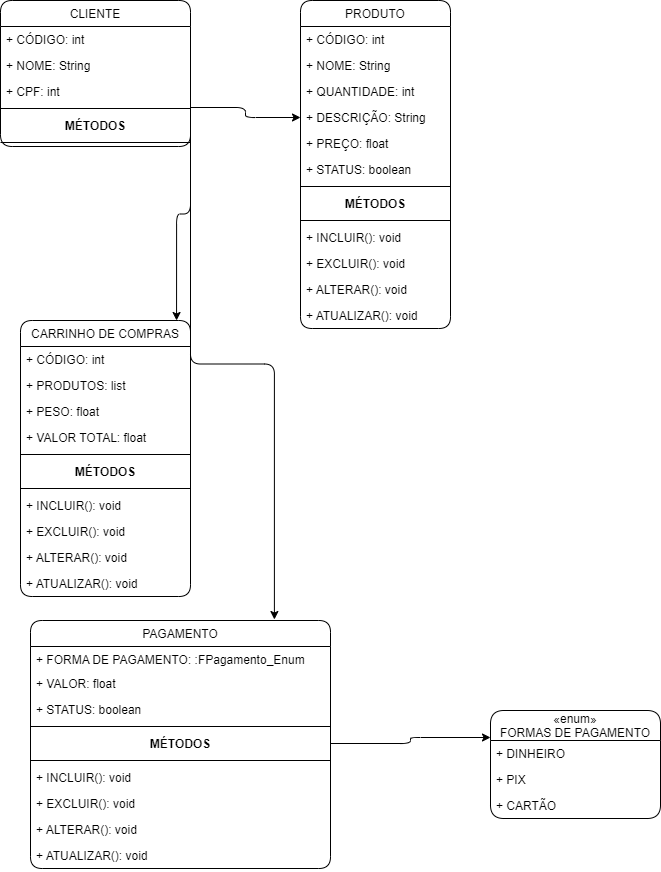
Earlier version of the draw.io export Untitled Diagram.drawio.png (joao100101/Engenharia-De-Software). Source tidied: cells renumbered, new cells last; positions are measured from the earlier drawing's top-left corner, leaving out a move shared by most shapes.
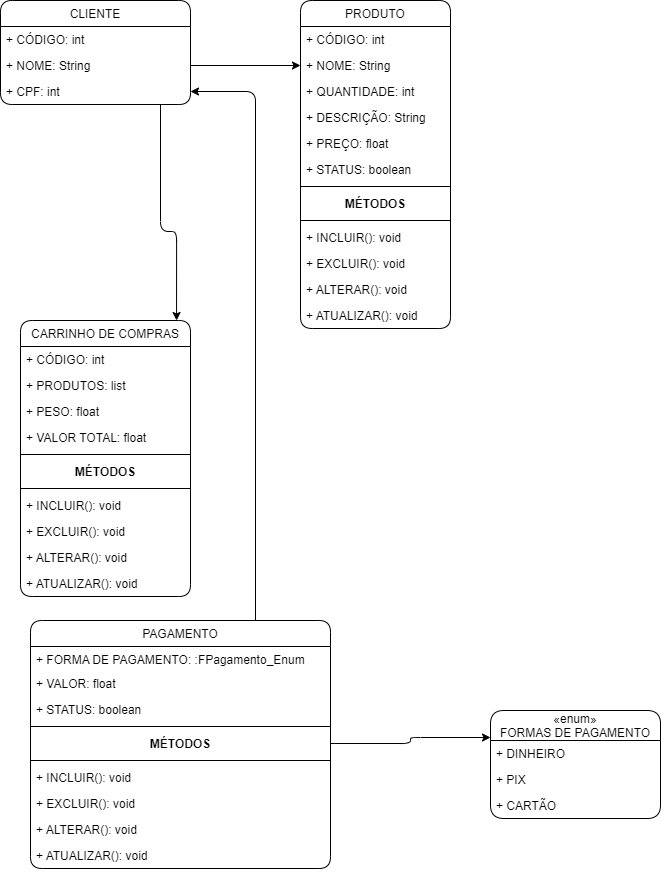
The same file after the commit.

Diff of the diagram source:
```diff
@@ -3,7 +3,7 @@
     <mxCell id="0" />
     <mxCell id="1" parent="0" />
     <mxCell id="2" value="CLIENTE" style="swimlane;fontStyle=0;horizontal=1;startSize=26;fillColor=none;rounded=1;" parent="1" vertex="1">
-      <mxGeometry width="190" height="146" as="geometry" />
+      <mxGeometry width="190" height="104" as="geometry" />
     </mxCell>
     <mxCell id="3" value="+ CÓDIGO: int" style="text;strokeColor=none;fillColor=none;align=left;verticalAlign=top;spacingLeft=4;spacingRight=4;overflow=hidden;rounded=1;" parent="2" vertex="1">
       <mxGeometry y="26" width="190" height="26" as="geometry" />
@@ -14,15 +14,6 @@
     <mxCell id="5" value="+ CPF: int" style="text;strokeColor=none;fillColor=none;align=left;verticalAlign=top;spacingLeft=4;spacingRight=4;overflow=hidden;points=[[0,0.5],[1,0.5]];portConstraint=eastwest;rounded=1;" parent="2" vertex="1">
       <mxGeometry y="78" width="190" height="26" as="geometry" />
     </mxCell>
-    <mxCell id="6" style="line;strokeWidth=1;fillColor=none;align=left;verticalAlign=middle;spacingTop=-1;spacingLeft=3;spacingRight=3;labelPosition=right;rounded=1;" parent="2" vertex="1">
-      <mxGeometry y="104" width="190" height="8" as="geometry" />
-    </mxCell>
-    <mxCell id="7" value="MÉTODOS" style="text;align=center;fontStyle=1;verticalAlign=middle;spacingLeft=3;spacingRight=3;strokeColor=none;rounded=1;" parent="2" vertex="1">
-      <mxGeometry y="112" width="190" height="26" as="geometry" />
-    </mxCell>
-    <mxCell id="8" style="line;strokeWidth=1;fillColor=none;align=left;verticalAlign=middle;spacingTop=-1;spacingLeft=3;spacingRight=3;labelPosition=right;rounded=1;" parent="2" vertex="1">
-      <mxGeometry y="138" width="190" height="8" as="geometry" />
-    </mxCell>
     <mxCell id="9" value="PRODUTO" style="swimlane;fontStyle=0;horizontal=1;startSize=26;fillColor=none;rounded=1;" parent="1" vertex="1">
       <mxGeometry x="300" width="150" height="328" as="geometry" />
     </mxCell>
@@ -101,6 +92,9 @@
     <mxCell id="34" value="+ ATUALIZAR(): void" style="text;strokeColor=none;fillColor=none;align=left;verticalAlign=top;spacingLeft=4;spacingRight=4;overflow=hidden;rounded=1;" parent="23" vertex="1">
       <mxGeometry y="250" width="170" height="26" as="geometry" />
     </mxCell>
+    <mxCell id="54" style="edgeStyle=orthogonalEdgeStyle;rounded=1;jettySize=auto;html=1;exitX=0.75;exitY=0;exitDx=0;exitDy=0;" parent="1" edge="1" source="35" target="5">
+      <mxGeometry relative="1" as="geometry" />
+    </mxCell>
     <mxCell id="35" value="PAGAMENTO" style="swimlane;fontStyle=0;horizontal=1;startSize=26;fillColor=none;rounded=1;" parent="1" vertex="1">
       <mxGeometry x="30" y="620" width="300" height="248" as="geometry" />
     </mxCell>
@@ -149,20 +143,16 @@
     <mxCell id="50" style="edgeStyle=orthogonalEdgeStyle;rounded=1;jettySize=auto;html=1;entryX=0;entryY=0.25;entryDx=0;entryDy=0;" parent="1" edge="1" source="40" target="46">
       <mxGeometry relative="1" as="geometry" />
     </mxCell>
-    <mxCell id="51" style="edgeStyle=orthogonalEdgeStyle;rounded=1;jettySize=auto;html=1;entryX=0.918;entryY=0;entryDx=0;entryDy=0;entryPerimeter=0;" parent="1" edge="1" target="23">
+    <mxCell id="51" style="edgeStyle=orthogonalEdgeStyle;rounded=1;jettySize=auto;html=1;entryX=0.918;entryY=0;entryDx=0;entryDy=0;entryPerimeter=0;" parent="1" edge="1" source="5" target="23">
       <mxGeometry relative="1" as="geometry">
-        <mxPoint x="190" y="107" as="sourcePoint" />
+        <Array as="points">
+          <mxPoint x="160" y="231" />
+          <mxPoint x="176" y="231" />
+        </Array>
       </mxGeometry>
     </mxCell>
-    <mxCell id="52" style="edgeStyle=orthogonalEdgeStyle;rounded=1;jettySize=auto;html=1;entryX=0;entryY=0.5;entryDx=0;entryDy=0;" parent="1" edge="1" target="13">
-      <mxGeometry relative="1" as="geometry">
-        <mxPoint x="190" y="107" as="sourcePoint" />
-      </mxGeometry>
-    </mxCell>
-    <mxCell id="53" style="edgeStyle=orthogonalEdgeStyle;rounded=1;jettySize=auto;html=1;entryX=0.813;entryY=-0.004;entryDx=0;entryDy=0;entryPerimeter=0;" parent="1" edge="1" target="35">
-      <mxGeometry relative="1" as="geometry">
-        <mxPoint x="190" y="107" as="sourcePoint" />
-      </mxGeometry>
-    </mxCell>
+    <mxCell id="55" style="edgeStyle=orthogonalEdgeStyle;rounded=1;jettySize=auto;html=1;entryX=0;entryY=0.5;entryDx=0;entryDy=0;" parent="1" edge="1" source="4" target="11">
+      <mxGeometry relative="1" as="geometry" />
+    </mxCell>
   </root>
 </mxGraphModel>
```
